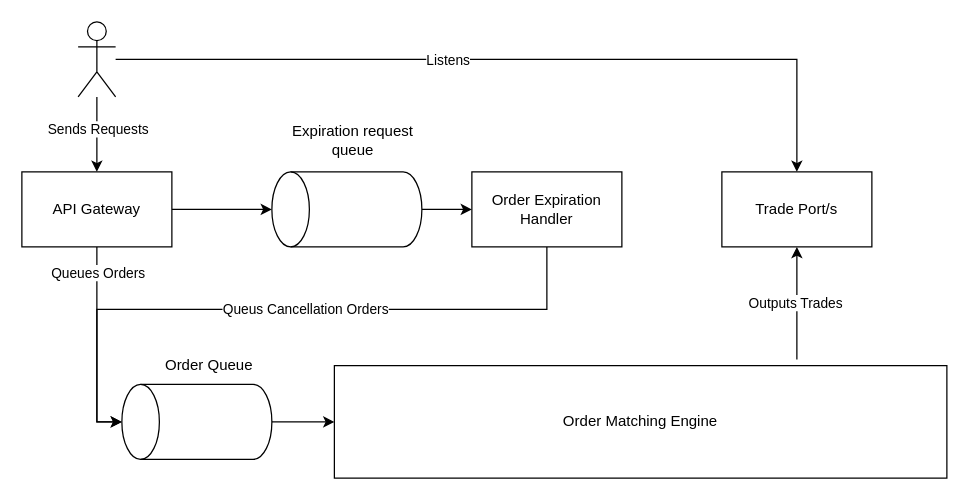
Before: diagrams/order_matching_engine_architecture.drawio in tedpilcher1/order_matching_engine, a draw.io diagram. Source tidied: cells renumbered, new cells numbered last; positions are measured from the earlier drawing's top-left corner, leaving out a move shared by most shapes. Both pictures are drawn from the tidied source at 125%, with x=0, y=0 at pixel (21, 21).
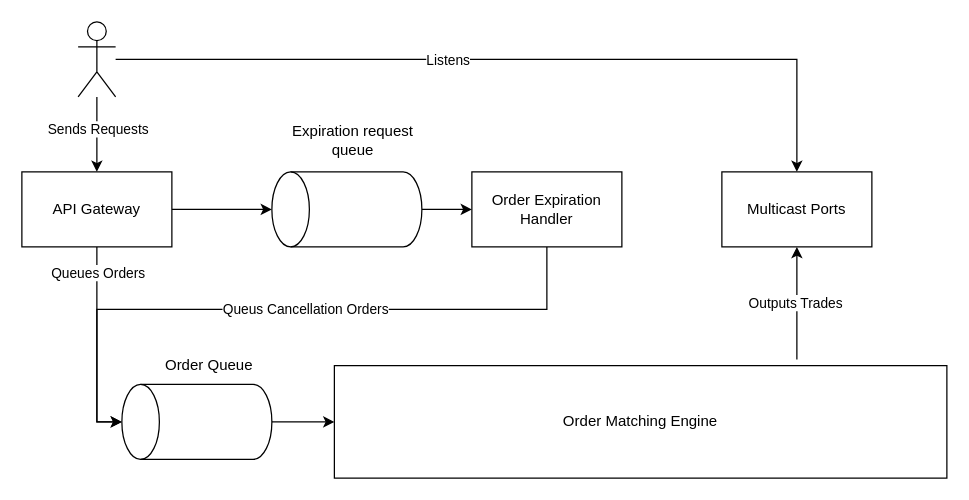
After the change.

Change to the diagram source:
```diff
@@
-    <mxCell id="21" value="&lt;div&gt;Trade Port/s&lt;/div&gt;" style="rounded=0;whiteSpace=wrap;html=1;" parent="1" vertex="1">
+    <mxCell id="21" value="&lt;div&gt;Multicast Ports&lt;/div&gt;" style="rounded=0;whiteSpace=wrap;html=1;" parent="1" vertex="1">
       <mxGeometry x="560" y="120" width="120" height="60" as="geometry" />
     </mxCell>
```
